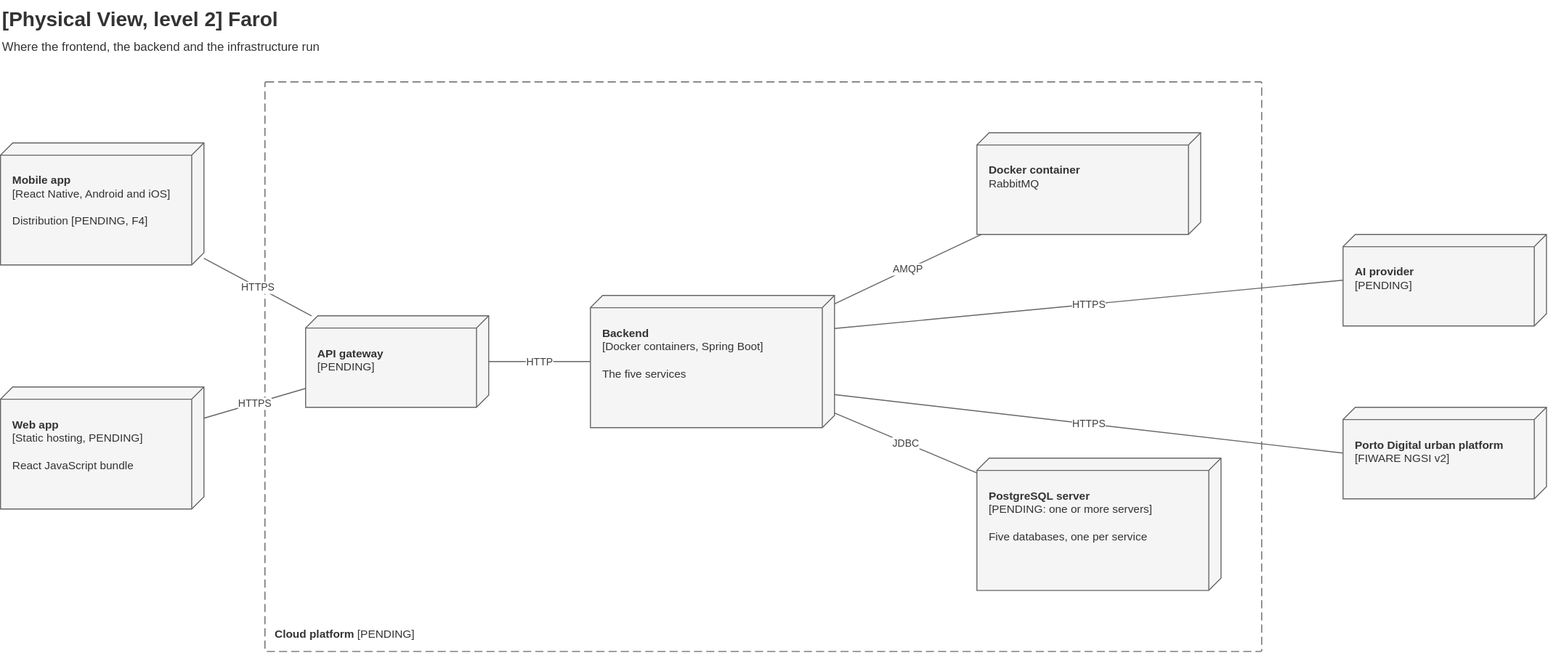
Above: Docs/Technical/diagrams/physical-view-level-2.drawio.svg in tomasoliveira21/LABDSOF (draw.io), before the change. Source tidied: cells renumbered, new cells last; positions are measured from the earlier drawing's top-left corner, leaving out a move shared by most shapes.
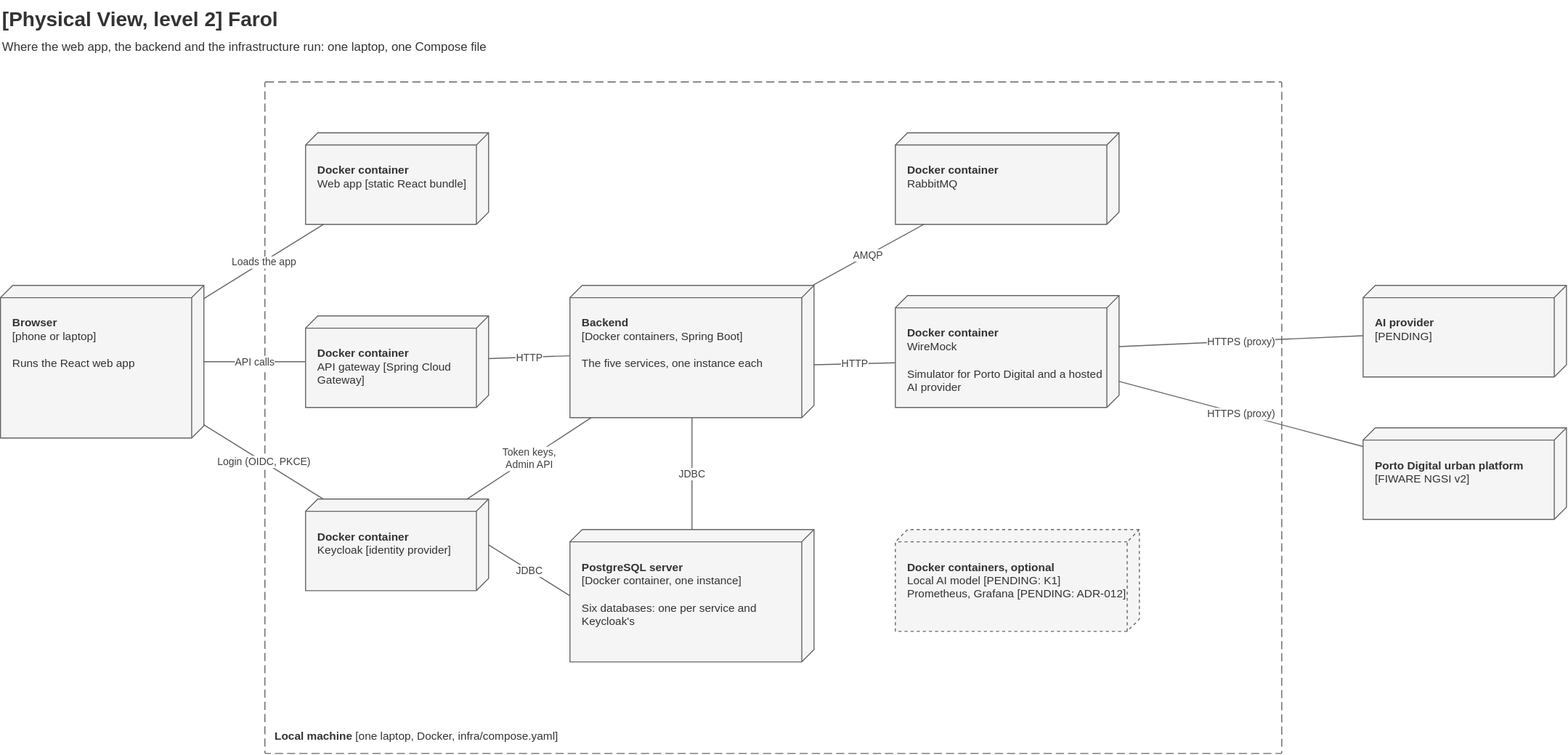
After the change.

Change to the diagram source:
```diff
@@ -2,56 +2,77 @@
   <root>
     <mxCell id="0" />
     <mxCell id="1" parent="0" />
-    <mxCell id="2" value="&lt;b&gt;[Physical View, level 2] Farol&lt;/b&gt;&lt;br&gt;&lt;font style=&quot;font-size:12px&quot;&gt;Where the frontend, the backend and the infrastructure run&lt;/font&gt;" style="text;html=1;align=left;verticalAlign=top;fontSize=20;fontColor=#333333;" parent="1" vertex="1">
+    <mxCell id="2" value="&lt;b&gt;[Physical View, level 2] Farol&lt;/b&gt;&lt;br&gt;&lt;font style=&quot;font-size:12px&quot;&gt;Where the web app, the backend and the infrastructure run: one laptop, one Compose file&lt;/font&gt;" style="text;html=1;align=left;verticalAlign=top;fontSize=20;fontColor=#333333;" parent="1" vertex="1">
       <mxGeometry width="1000" height="60" as="geometry" />
     </mxCell>
-    <mxCell id="3" value="&lt;b&gt;Mobile app&lt;/b&gt;&lt;br&gt;[React Native, Android and iOS]&lt;br&gt;&lt;br&gt;Distribution [PENDING, F4]" style="shape=cube;size=12;flipH=1;whiteSpace=wrap;html=1;fillColor=#f5f5f5;strokeColor=#666666;fontColor=#333333;verticalAlign=top;align=left;spacing=12;spacingTop=14;fontSize=11;" parent="1" vertex="1">
-      <mxGeometry y="140" width="200" height="120" as="geometry" />
-    </mxCell>
-    <mxCell id="4" value="&lt;b&gt;Web app&lt;/b&gt;&lt;br&gt;[Static hosting, PENDING]&lt;br&gt;&lt;br&gt;React JavaScript bundle" style="shape=cube;size=12;flipH=1;whiteSpace=wrap;html=1;fillColor=#f5f5f5;strokeColor=#666666;fontColor=#333333;verticalAlign=top;align=left;spacing=12;spacingTop=14;fontSize=11;" parent="1" vertex="1">
-      <mxGeometry y="380" width="200" height="120" as="geometry" />
-    </mxCell>
-    <mxCell id="5" value="&lt;b&gt;Cloud platform&lt;/b&gt; [PENDING]" style="rounded=1;arcSize=2;absoluteArcSize=1;whiteSpace=wrap;html=1;dashed=1;dashPattern=8 4;fillColor=none;strokeColor=#666666;fontColor=#333333;align=left;verticalAlign=bottom;spacing=10;fontSize=11;" parent="1" vertex="1">
-      <mxGeometry x="260" y="80" width="980" height="560" as="geometry" />
+    <mxCell id="5" value="&lt;b&gt;Local machine&lt;/b&gt; [one laptop, Docker, infra/compose.yaml]" style="rounded=1;arcSize=2;absoluteArcSize=1;whiteSpace=wrap;html=1;dashed=1;dashPattern=8 4;fillColor=none;strokeColor=#666666;fontColor=#333333;align=left;verticalAlign=bottom;spacing=10;fontSize=11;" parent="1" vertex="1">
+      <mxGeometry x="260" y="80" width="1000" height="660" as="geometry" />
     </mxCell>
-    <mxCell id="6" value="&lt;b&gt;API gateway&lt;/b&gt;&lt;br&gt;[PENDING]" style="shape=cube;size=12;flipH=1;whiteSpace=wrap;html=1;fillColor=#f5f5f5;strokeColor=#666666;fontColor=#333333;verticalAlign=top;align=left;spacing=12;spacingTop=14;fontSize=11;" parent="1" vertex="1">
+    <mxCell id="6" value="&lt;b&gt;Docker container&lt;/b&gt;&lt;br&gt;API gateway [Spring Cloud Gateway]" style="shape=cube;size=12;flipH=1;whiteSpace=wrap;html=1;fillColor=#f5f5f5;strokeColor=#666666;fontColor=#333333;verticalAlign=top;align=left;spacing=12;spacingTop=14;fontSize=11;" parent="1" vertex="1">
       <mxGeometry x="300" y="310" width="180" height="90" as="geometry" />
     </mxCell>
-    <mxCell id="7" value="&lt;b&gt;Backend&lt;/b&gt;&lt;br&gt;[Docker containers, Spring Boot]&lt;br&gt;&lt;br&gt;The five services" style="shape=cube;size=12;flipH=1;whiteSpace=wrap;html=1;fillColor=#f5f5f5;strokeColor=#666666;fontColor=#333333;verticalAlign=top;align=left;spacing=12;spacingTop=14;fontSize=11;" parent="1" vertex="1">
-      <mxGeometry x="580" y="290" width="240" height="130" as="geometry" />
+    <mxCell id="7" value="&lt;b&gt;Backend&lt;/b&gt;&lt;br&gt;[Docker containers, Spring Boot]&lt;br&gt;&lt;br&gt;The five services, one instance each" style="shape=cube;size=12;flipH=1;whiteSpace=wrap;html=1;fillColor=#f5f5f5;strokeColor=#666666;fontColor=#333333;verticalAlign=top;align=left;spacing=12;spacingTop=14;fontSize=11;" parent="1" vertex="1">
+      <mxGeometry x="560" y="280" width="240" height="130" as="geometry" />
     </mxCell>
     <mxCell id="8" value="&lt;b&gt;Docker container&lt;/b&gt;&lt;br&gt;RabbitMQ" style="shape=cube;size=12;flipH=1;whiteSpace=wrap;html=1;fillColor=#f5f5f5;strokeColor=#666666;fontColor=#333333;verticalAlign=top;align=left;spacing=12;spacingTop=14;fontSize=11;" parent="1" vertex="1">
-      <mxGeometry x="960" y="130" width="220" height="100" as="geometry" />
+      <mxGeometry x="880" y="130" width="220" height="90" as="geometry" />
     </mxCell>
-    <mxCell id="9" value="&lt;b&gt;PostgreSQL server&lt;/b&gt;&lt;br&gt;[PENDING: one or more servers]&lt;br&gt;&lt;br&gt;Five databases, one per service" style="shape=cube;size=12;flipH=1;whiteSpace=wrap;html=1;fillColor=#f5f5f5;strokeColor=#666666;fontColor=#333333;verticalAlign=top;align=left;spacing=12;spacingTop=14;fontSize=11;" parent="1" vertex="1">
-      <mxGeometry x="960" y="450" width="240" height="130" as="geometry" />
+    <mxCell id="9" value="&lt;b&gt;PostgreSQL server&lt;/b&gt;&lt;br&gt;[Docker container, one instance]&lt;br&gt;&lt;br&gt;Six databases: one per service and Keycloak's" style="shape=cube;size=12;flipH=1;whiteSpace=wrap;html=1;fillColor=#f5f5f5;strokeColor=#666666;fontColor=#333333;verticalAlign=top;align=left;spacing=12;spacingTop=14;fontSize=11;" parent="1" vertex="1">
+      <mxGeometry x="560" y="520" width="240" height="130" as="geometry" />
     </mxCell>
     <mxCell id="10" value="&lt;b&gt;AI provider&lt;/b&gt;&lt;br&gt;[PENDING]" style="shape=cube;size=12;flipH=1;whiteSpace=wrap;html=1;fillColor=#f5f5f5;strokeColor=#666666;fontColor=#333333;verticalAlign=top;align=left;spacing=12;spacingTop=14;fontSize=11;" parent="1" vertex="1">
-      <mxGeometry x="1320" y="230" width="200" height="90" as="geometry" />
+      <mxGeometry x="1340" y="280" width="200" height="90" as="geometry" />
     </mxCell>
     <mxCell id="11" value="&lt;b&gt;Porto Digital urban platform&lt;/b&gt;&lt;br&gt;[FIWARE NGSI v2]" style="shape=cube;size=12;flipH=1;whiteSpace=wrap;html=1;fillColor=#f5f5f5;strokeColor=#666666;fontColor=#333333;verticalAlign=top;align=left;spacing=12;spacingTop=14;fontSize=11;" parent="1" vertex="1">
-      <mxGeometry x="1320" y="400" width="200" height="90" as="geometry" />
+      <mxGeometry x="1340" y="420" width="200" height="90" as="geometry" />
     </mxCell>
-    <mxCell id="12" value="HTTPS" style="endArrow=none;html=1;fontSize=10;fontColor=#404040;strokeColor=#666666;rounded=0;labelBackgroundColor=#ffffff;" parent="1" edge="1" source="3" target="6">
-      <mxGeometry relative="1" as="geometry" />
-    </mxCell>
-    <mxCell id="13" value="HTTPS" style="endArrow=none;html=1;fontSize=10;fontColor=#404040;strokeColor=#666666;rounded=0;labelBackgroundColor=#ffffff;" parent="1" edge="1" source="4" target="6">
-      <mxGeometry relative="1" as="geometry" />
-    </mxCell>
     <mxCell id="14" value="HTTP" style="endArrow=none;html=1;fontSize=10;fontColor=#404040;strokeColor=#666666;rounded=0;labelBackgroundColor=#ffffff;" parent="1" edge="1" source="6" target="7">
       <mxGeometry relative="1" as="geometry" />
     </mxCell>
     <mxCell id="15" value="AMQP" style="endArrow=none;html=1;fontSize=10;fontColor=#404040;strokeColor=#666666;rounded=0;labelBackgroundColor=#ffffff;" parent="1" edge="1" source="7" target="8">
       <mxGeometry relative="1" as="geometry" />
     </mxCell>
-    <mxCell id="16" value="JDBC" style="endArrow=none;html=1;fontSize=10;fontColor=#404040;strokeColor=#666666;rounded=0;labelBackgroundColor=#ffffff;" parent="1" edge="1" source="7" target="9">
+    <mxCell id="16" value="JDBC" style="endArrow=none;html=1;fontSize=10;fontColor=#404040;strokeColor=#666666;rounded=0;labelBackgroundColor=#ffffff;exitX=0.5;exitY=1;exitDx=0;exitDy=0;entryX=0.5;entryY=0;entryDx=0;entryDy=0;" parent="1" edge="1" source="7" target="9">
       <mxGeometry relative="1" as="geometry" />
     </mxCell>
-    <mxCell id="17" value="HTTPS" style="endArrow=none;html=1;fontSize=10;fontColor=#404040;strokeColor=#666666;rounded=0;labelBackgroundColor=#ffffff;exitX=1;exitY=0.25;exitDx=0;exitDy=0;entryX=0;entryY=0.5;entryDx=0;entryDy=0;" parent="1" edge="1" source="7" target="10">
-      <mxGeometry relative="1" as="geometry" />
-    </mxCell>
-    <mxCell id="18" value="HTTPS" style="endArrow=none;html=1;fontSize=10;fontColor=#404040;strokeColor=#666666;rounded=0;labelBackgroundColor=#ffffff;exitX=1;exitY=0.75;exitDx=0;exitDy=0;entryX=0;entryY=0.5;entryDx=0;entryDy=0;" parent="1" edge="1" source="7" target="11">
-      <mxGeometry relative="1" as="geometry" />
-    </mxCell>
+    <mxCell id="19" value="&lt;b&gt;Browser&lt;/b&gt;&lt;br&gt;[phone or laptop]&lt;br&gt;&lt;br&gt;Runs the React web app" style="shape=cube;size=12;flipH=1;whiteSpace=wrap;html=1;fillColor=#f5f5f5;strokeColor=#666666;fontColor=#333333;verticalAlign=top;align=left;spacing=12;spacingTop=14;fontSize=11;" parent="1" vertex="1">
+      <mxGeometry y="280" width="200" height="150" as="geometry" />
+    </mxCell>
+    <mxCell id="20" value="&lt;b&gt;Docker container&lt;/b&gt;&lt;br&gt;Web app [static React bundle]" style="shape=cube;size=12;flipH=1;whiteSpace=wrap;html=1;fillColor=#f5f5f5;strokeColor=#666666;fontColor=#333333;verticalAlign=top;align=left;spacing=12;spacingTop=14;fontSize=11;" parent="1" vertex="1">
+      <mxGeometry x="300" y="130" width="180" height="90" as="geometry" />
+    </mxCell>
+    <mxCell id="21" value="&lt;b&gt;Docker container&lt;/b&gt;&lt;br&gt;Keycloak [identity provider]" style="shape=cube;size=12;flipH=1;whiteSpace=wrap;html=1;fillColor=#f5f5f5;strokeColor=#666666;fontColor=#333333;verticalAlign=top;align=left;spacing=12;spacingTop=14;fontSize=11;" parent="1" vertex="1">
+      <mxGeometry x="300" y="490" width="180" height="90" as="geometry" />
+    </mxCell>
+    <mxCell id="22" value="&lt;b&gt;Docker container&lt;/b&gt;&lt;br&gt;WireMock&lt;br&gt;&lt;br&gt;Simulator for Porto Digital and a hosted AI provider" style="shape=cube;size=12;flipH=1;whiteSpace=wrap;html=1;fillColor=#f5f5f5;strokeColor=#666666;fontColor=#333333;verticalAlign=top;align=left;spacing=12;spacingTop=14;fontSize=11;" parent="1" vertex="1">
+      <mxGeometry x="880" y="290" width="220" height="110" as="geometry" />
+    </mxCell>
+    <mxCell id="23" value="&lt;b&gt;Docker containers, optional&lt;/b&gt;&lt;br&gt;Local AI model [PENDING: K1]&lt;br&gt;Prometheus, Grafana [PENDING: ADR-012]" style="shape=cube;size=12;flipH=1;whiteSpace=wrap;html=1;fillColor=#f5f5f5;strokeColor=#666666;fontColor=#333333;verticalAlign=top;align=left;spacing=12;spacingTop=14;fontSize=11;dashed=1;" parent="1" vertex="1">
+      <mxGeometry x="880" y="520" width="240" height="100" as="geometry" />
+    </mxCell>
+    <mxCell id="24" value="Loads the app" style="endArrow=none;html=1;fontSize=10;fontColor=#404040;strokeColor=#666666;rounded=0;labelBackgroundColor=#ffffff;" parent="1" edge="1" source="19" target="20">
+      <mxGeometry relative="1" as="geometry" />
+    </mxCell>
+    <mxCell id="25" value="API calls" style="endArrow=none;html=1;fontSize=10;fontColor=#404040;strokeColor=#666666;rounded=0;labelBackgroundColor=#ffffff;" parent="1" edge="1" source="19" target="6">
+      <mxGeometry relative="1" as="geometry" />
+    </mxCell>
+    <mxCell id="26" value="Login (OIDC, PKCE)" style="endArrow=none;html=1;fontSize=10;fontColor=#404040;strokeColor=#666666;rounded=0;labelBackgroundColor=#ffffff;" parent="1" edge="1" source="19" target="21">
+      <mxGeometry relative="1" as="geometry" />
+    </mxCell>
+    <mxCell id="27" value="Token keys,&lt;br&gt;Admin API" style="endArrow=none;html=1;fontSize=10;fontColor=#404040;strokeColor=#666666;rounded=0;labelBackgroundColor=#ffffff;" parent="1" edge="1" source="7" target="21">
+      <mxGeometry relative="1" as="geometry" />
+    </mxCell>
+    <mxCell id="28" value="JDBC" style="endArrow=none;html=1;fontSize=10;fontColor=#404040;strokeColor=#666666;rounded=0;labelBackgroundColor=#ffffff;exitX=1;exitY=0.5;exitDx=0;exitDy=0;entryX=0;entryY=0.5;entryDx=0;entryDy=0;" parent="1" edge="1" source="21" target="9">
+      <mxGeometry relative="1" as="geometry" />
+    </mxCell>
+    <mxCell id="29" value="HTTP" style="endArrow=none;html=1;fontSize=10;fontColor=#404040;strokeColor=#666666;rounded=0;labelBackgroundColor=#ffffff;exitX=1;exitY=0.6;exitDx=0;exitDy=0;entryX=0;entryY=0.6;entryDx=0;entryDy=0;" parent="1" edge="1" source="7" target="22">
+      <mxGeometry relative="1" as="geometry" />
+    </mxCell>
+    <mxCell id="30" value="HTTPS (proxy)" style="endArrow=none;html=1;fontSize=10;fontColor=#404040;strokeColor=#666666;rounded=0;labelBackgroundColor=#ffffff;" parent="1" edge="1" source="22" target="10">
+      <mxGeometry relative="1" as="geometry" />
+    </mxCell>
+    <mxCell id="31" value="HTTPS (proxy)" style="endArrow=none;html=1;fontSize=10;fontColor=#404040;strokeColor=#666666;rounded=0;labelBackgroundColor=#ffffff;" parent="1" edge="1" source="22" target="11">
+      <mxGeometry relative="1" as="geometry" />
+    </mxCell>
   </root>
 </mxGraphModel>
```
